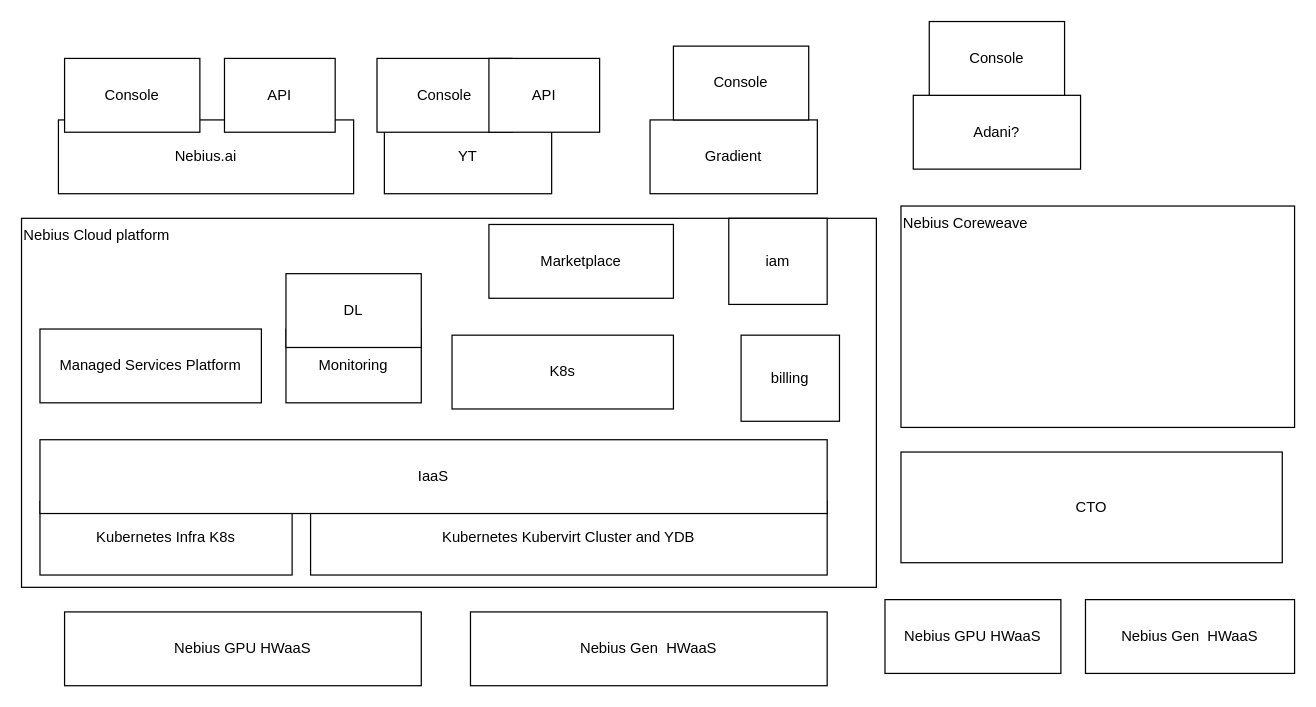
nar3k/ansible keeps this draw.io diagram as Диаграмма без названия.drawio. Above is the earlier version. Source tidied: cells renumbered, new cells numbered last; positions are measured from the earlier drawing's top-left corner, leaving out a move shared by most shapes. Both pictures are drawn from the tidied source at 123%, with x=0, y=0 at pixel (21, 21).
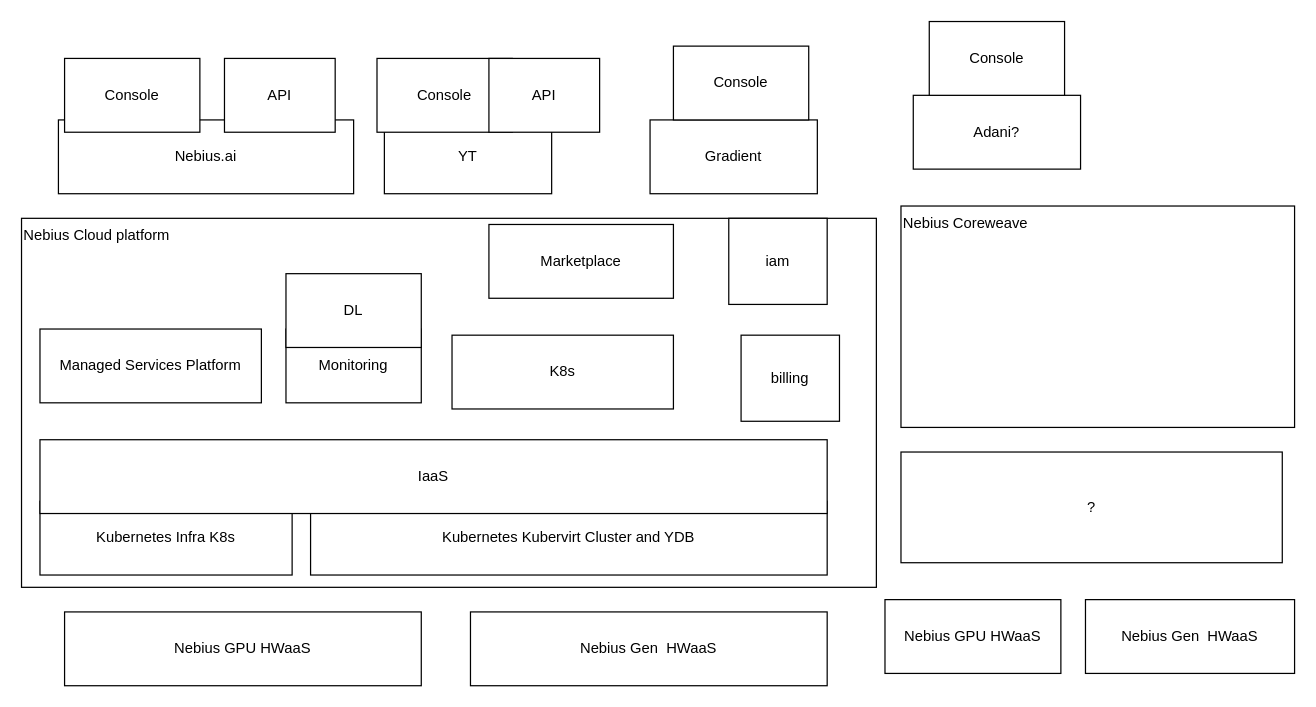
Above is the later version.

The edit, as a diff of the source:
```diff
@@
-    <mxCell id="26" value="CTO" style="rounded=0;whiteSpace=wrap;html=1;" parent="1" vertex="1">
+    <mxCell id="26" value="?" style="rounded=0;whiteSpace=wrap;html=1;" parent="1" vertex="1">
       <mxGeometry x="715" y="350" width="310" height="90" as="geometry" />
     </mxCell>
```
